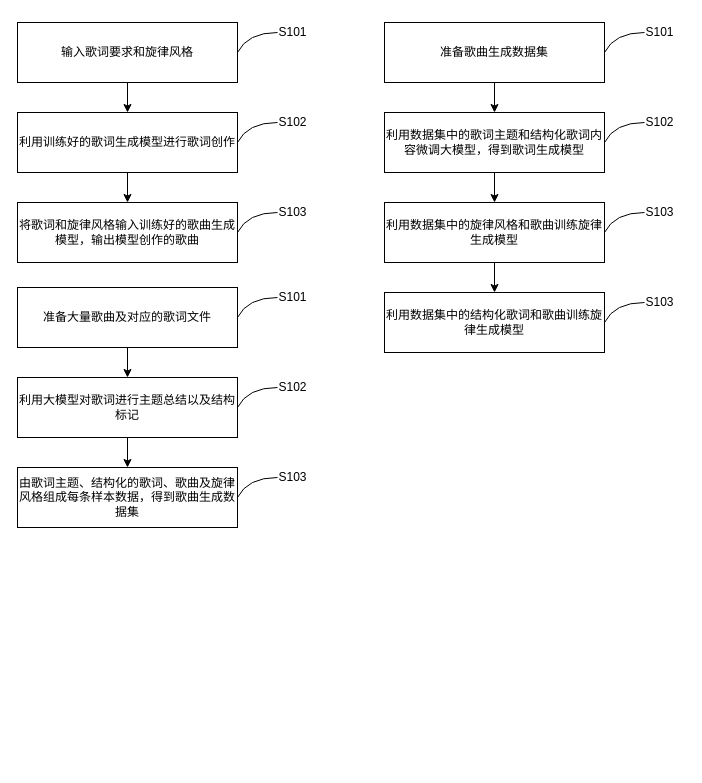
Earlier version of the draw.io diagram ai歌曲创作.drawio (Nian-Chen/drawio). Source tidied: cells renumbered, new cells numbered last; positions are measured from the earlier drawing's top-left corner, leaving out a move shared by most shapes. Both pictures are drawn from the tidied source at 100%, with x=0, y=0 at pixel (17, 17).
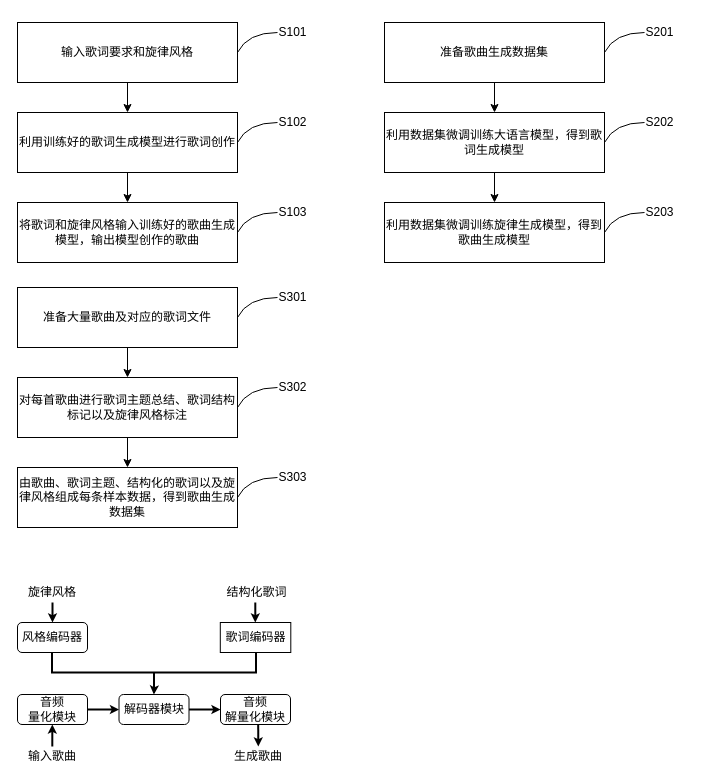
Above is the later version.

Commit message:
更新ai歌曲创作.drawio

Change to the diagram source:
```diff
@@
-    <mxCell id="16" value="利用大模型对歌词进行主题总结以及结构标记" style="rounded=0;whiteSpace=wrap;html=1;" parent="1" vertex="1">
+    <mxCell id="16" value="对每首歌曲进行歌词主题总结、歌词结构标记以及旋律风格标注" style="rounded=0;whiteSpace=wrap;html=1;" parent="1" vertex="1">
       <mxGeometry y="360" width="220" height="60" as="geometry" />
     </mxCell>
-    <mxCell id="17" value="由歌词主题、结构化的歌词、歌曲及旋律风格组成每条样本数据，得到歌曲生成数据集" style="rounded=0;whiteSpace=wrap;html=1;" parent="1" vertex="1">
+    <mxCell id="17" value="由歌曲、歌词主题、结构化的歌词以及旋律风格组成每条样本数据，得到歌曲生成数据集" style="rounded=0;whiteSpace=wrap;html=1;" parent="1" vertex="1">
       <mxGeometry y="450" width="220" height="60" as="geometry" />
     </mxCell>
@@
-    <mxCell id="19" value="S101" style="text;html=1;align=center;verticalAlign=middle;strokeColor=none;fillColor=none;" parent="1" vertex="1">
+    <mxCell id="19" value="S301" style="text;html=1;align=center;verticalAlign=middle;strokeColor=none;fillColor=none;" parent="1" vertex="1">
       <mxGeometry x="250" y="265" width="50" height="30" as="geometry" />
     </mxCell>
@@
-    <mxCell id="21" value="S102" style="text;html=1;align=center;verticalAlign=middle;strokeColor=none;fillColor=none;" parent="1" vertex="1">
+    <mxCell id="21" value="S302" style="text;html=1;align=center;verticalAlign=middle;strokeColor=none;fillColor=none;" parent="1" vertex="1">
       <mxGeometry x="250" y="355" width="50" height="30" as="geometry" />
     </mxCell>
@@
-    <mxCell id="23" value="S103" style="text;html=1;align=center;verticalAlign=middle;strokeColor=none;fillColor=none;" parent="1" vertex="1">
+    <mxCell id="23" value="S303" style="text;html=1;align=center;verticalAlign=middle;strokeColor=none;fillColor=none;" parent="1" vertex="1">
       <mxGeometry x="250" y="445" width="50" height="30" as="geometry" />
     </mxCell>
@@
-    <mxCell id="27" value="利用数据集中的歌词主题和结构化歌词内容微调大模型，得到歌词生成模型" style="rounded=0;whiteSpace=wrap;html=1;" parent="1" vertex="1">
+    <mxCell id="27" value="利用数据集微调训练大语言模型，得到歌词生成模型" style="rounded=0;whiteSpace=wrap;html=1;" parent="1" vertex="1">
       <mxGeometry x="367" y="95" width="220" height="60" as="geometry" />
     </mxCell>
-    <mxCell id="28" value="利用数据集中的旋律风格和歌曲训练旋律生成模型" style="rounded=0;whiteSpace=wrap;html=1;" parent="1" vertex="1">
+    <mxCell id="28" value="利用数据集微调训练旋律生成模型，得到歌曲生成模型" style="rounded=0;whiteSpace=wrap;html=1;" parent="1" vertex="1">
       <mxGeometry x="367" y="185" width="220" height="60" as="geometry" />
     </mxCell>
@@
-    <mxCell id="30" value="S101" style="text;html=1;align=center;verticalAlign=middle;strokeColor=none;fillColor=none;" parent="1" vertex="1">
+    <mxCell id="30" value="S201" style="text;html=1;align=center;verticalAlign=middle;strokeColor=none;fillColor=none;" parent="1" vertex="1">
       <mxGeometry x="617" width="50" height="30" as="geometry" />
     </mxCell>
@@
-    <mxCell id="32" value="S102" style="text;html=1;align=center;verticalAlign=middle;strokeColor=none;fillColor=none;" parent="1" vertex="1">
+    <mxCell id="32" value="S202" style="text;html=1;align=center;verticalAlign=middle;strokeColor=none;fillColor=none;" parent="1" vertex="1">
       <mxGeometry x="617" y="90" width="50" height="30" as="geometry" />
     </mxCell>
@@
-    <mxCell id="34" value="S103" style="text;html=1;align=center;verticalAlign=middle;strokeColor=none;fillColor=none;" parent="1" vertex="1">
+    <mxCell id="34" value="S203" style="text;html=1;align=center;verticalAlign=middle;strokeColor=none;fillColor=none;" parent="1" vertex="1">
       <mxGeometry x="617" y="180" width="50" height="30" as="geometry" />
     </mxCell>
-    <mxCell id="35" style="edgeStyle=orthogonalEdgeStyle;rounded=0;jettySize=auto;html=1;exitX=0.5;exitY=1;exitDx=0;exitDy=0;entryX=0.5;entryY=0;entryDx=0;entryDy=0;" parent="1" edge="1" target="36">
-      <mxGeometry relative="1" as="geometry">
-        <mxPoint x="477" y="245" as="sourcePoint" />
-      </mxGeometry>
-    </mxCell>
-    <mxCell id="36" value="利用数据集中的结构化歌词和歌曲训练旋律生成模型" style="rounded=0;whiteSpace=wrap;html=1;" parent="1" vertex="1">
-      <mxGeometry x="367" y="275" width="220" height="60" as="geometry" />
-    </mxCell>
-    <mxCell id="37" style="endArrow=none;html=1;curved=1;" parent="1" edge="1">
-      <mxGeometry relative="1" as="geometry">
-        <mxPoint x="587" y="305" as="sourcePoint" />
-        <mxPoint x="627" y="285" as="targetPoint" />
-        <Array as="points">
-          <mxPoint x="597" y="285" />
-        </Array>
-      </mxGeometry>
-    </mxCell>
-    <mxCell id="38" value="S103" style="text;html=1;align=center;verticalAlign=middle;strokeColor=none;fillColor=none;" parent="1" vertex="1">
-      <mxGeometry x="617" y="270" width="50" height="30" as="geometry" />
-    </mxCell>
+    <mxCell id="39" style="edgeStyle=orthogonalEdgeStyle;rounded=0;jettySize=auto;html=1;exitX=0.5;exitY=1;exitDx=0;exitDy=0;entryX=0.5;entryY=0;entryDx=0;entryDy=0;strokeWidth=2;endSize=3;" parent="1" edge="1" source="40" target="43">
+      <mxGeometry relative="1" as="geometry" />
+    </mxCell>
+    <mxCell id="40" value="旋律风格" style="text;html=1;align=center;verticalAlign=middle;whiteSpace=wrap;rounded=0;" parent="1" vertex="1">
+      <mxGeometry x="5" y="565" width="60" height="20" as="geometry" />
+    </mxCell>
+    <mxCell id="41" value="结构化歌词" style="text;html=1;align=center;verticalAlign=middle;whiteSpace=wrap;rounded=0;" parent="1" vertex="1">
+      <mxGeometry x="190.5" y="565" width="97" height="20" as="geometry" />
+    </mxCell>
+    <mxCell id="42" value="歌词编码器" style="rounded=0;whiteSpace=wrap;html=1;" parent="1" vertex="1">
+      <mxGeometry x="202.8" y="605" width="70.5" height="30" as="geometry" />
+    </mxCell>
+    <mxCell id="43" value="风格编码器" style="rounded=1;whiteSpace=wrap;html=1;" parent="1" vertex="1">
+      <mxGeometry y="605" width="70" height="30" as="geometry" />
+    </mxCell>
+    <mxCell id="44" style="strokeWidth=2;html=1;shape=mxgraph.flowchart.annotation_2;align=left;labelPosition=right;direction=south;rotation=-180;" parent="1" vertex="1">
+      <mxGeometry x="34.5" y="635" width="204" height="40" as="geometry" />
+    </mxCell>
+    <mxCell id="45" style="edgeStyle=orthogonalEdgeStyle;rounded=0;orthogonalLoop=1;jettySize=auto;html=1;exitX=0.5;exitY=1;exitDx=0;exitDy=0;entryX=0.5;entryY=0;entryDx=0;entryDy=0;strokeWidth=2;endSize=3;" parent="1" edge="1">
+      <mxGeometry relative="1" as="geometry">
+        <mxPoint x="237.8" y="585" as="sourcePoint" />
+        <mxPoint x="237.8" y="605" as="targetPoint" />
+        <Array as="points">
+          <mxPoint x="237.8" y="595" />
+          <mxPoint x="237.8" y="595" />
+        </Array>
+      </mxGeometry>
+    </mxCell>
+    <mxCell id="46" style="edgeStyle=orthogonalEdgeStyle;rounded=0;orthogonalLoop=1;jettySize=auto;html=1;entryX=0.527;entryY=0.5;entryDx=0;entryDy=0;entryPerimeter=0;endArrow=none;endFill=0;strokeWidth=2;endSize=3;" parent="1" edge="1">
+      <mxGeometry relative="1" as="geometry">
+        <mxPoint x="136" y="655" as="sourcePoint" />
+        <mxPoint x="136.4" y="654.9" as="targetPoint" />
+      </mxGeometry>
+    </mxCell>
+    <mxCell id="47" style="edgeStyle=orthogonalEdgeStyle;rounded=0;orthogonalLoop=1;jettySize=auto;html=1;entryX=0.5;entryY=0;entryDx=0;entryDy=0;strokeWidth=2;endSize=3;targetPerimeterSpacing=0;sourcePerimeterSpacing=0;exitX=0.052;exitY=0.5;exitDx=0;exitDy=0;exitPerimeter=0;" parent="1" edge="1">
+      <mxGeometry relative="1" as="geometry">
+        <mxPoint x="136.5" y="672.9" as="sourcePoint" />
+        <mxPoint x="136.4" y="677" as="targetPoint" />
+        <Array as="points">
+          <mxPoint x="137" y="675" />
+          <mxPoint x="136" y="675" />
+        </Array>
+      </mxGeometry>
+    </mxCell>
+    <mxCell id="48" style="rounded=0;jettySize=auto;html=1;exitX=0.5;exitY=1;exitDx=0;exitDy=0;entryX=0.5;entryY=0;entryDx=0;entryDy=0;strokeWidth=2;endSize=3;" parent="1" edge="1" target="52">
+      <mxGeometry relative="1" as="geometry">
+        <mxPoint x="240.7" y="707" as="sourcePoint" />
+      </mxGeometry>
+    </mxCell>
+    <mxCell id="49" value="输入歌曲" style="text;html=1;align=center;verticalAlign=middle;whiteSpace=wrap;rounded=0;" parent="1" vertex="1">
+      <mxGeometry x="9.8" y="729" width="50" height="20" as="geometry" />
+    </mxCell>
+    <mxCell id="50" style="rounded=0;jettySize=auto;html=1;entryX=0;entryY=0.5;entryDx=0;entryDy=0;strokeWidth=2;endSize=3;exitX=1;exitY=0.5;exitDx=0;exitDy=0;" parent="1" edge="1" source="54" target="56">
+      <mxGeometry relative="1" as="geometry" />
+    </mxCell>
+    <mxCell id="51" style="rounded=0;jettySize=auto;html=1;exitX=0.5;exitY=0;exitDx=0;exitDy=0;entryX=0.5;entryY=1;entryDx=0;entryDy=0;strokeWidth=2;endSize=3;" parent="1" edge="1" source="49">
+      <mxGeometry relative="1" as="geometry">
+        <mxPoint x="34.8" y="707" as="targetPoint" />
+      </mxGeometry>
+    </mxCell>
+    <mxCell id="52" value="生成歌曲" style="text;html=1;align=center;verticalAlign=middle;whiteSpace=wrap;rounded=0;" parent="1" vertex="1">
+      <mxGeometry x="215.8" y="729" width="50" height="20" as="geometry" />
+    </mxCell>
+    <mxCell id="53" style="rounded=0;jettySize=auto;html=1;strokeWidth=2;endSize=3;entryX=0;entryY=0.5;entryDx=0;entryDy=0;" parent="1" edge="1" source="56" target="55">
+      <mxGeometry relative="1" as="geometry" />
+    </mxCell>
+    <mxCell id="54" value="音频&lt;div&gt;量化模块&lt;/div&gt;" style="rounded=1;whiteSpace=wrap;html=1;" parent="1" vertex="1">
+      <mxGeometry y="677" width="70" height="30" as="geometry" />
+    </mxCell>
+    <mxCell id="55" value="音频&lt;div&gt;解量化模块&lt;/div&gt;" style="rounded=1;whiteSpace=wrap;html=1;" parent="1" vertex="1">
+      <mxGeometry x="203" y="677" width="70" height="30" as="geometry" />
+    </mxCell>
+    <mxCell id="56" value="解码器模块" style="rounded=1;whiteSpace=wrap;html=1;" parent="1" vertex="1">
+      <mxGeometry x="101.5" y="677" width="70" height="30" as="geometry" />
+    </mxCell>
```
